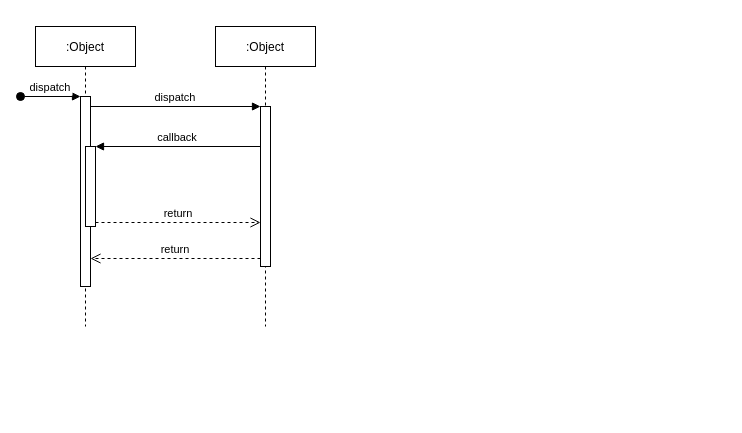
Earlier version of the draw.io diagram design/Untitled Diagram.drawio (thienma1258/dive-in). Source tidied: cells renumbered, new cells numbered last; positions are measured from the earlier drawing's top-left corner, leaving out a move shared by most shapes. Both pictures are drawn from the tidied source at 100%, with x=0, y=0 at pixel (20, 26).
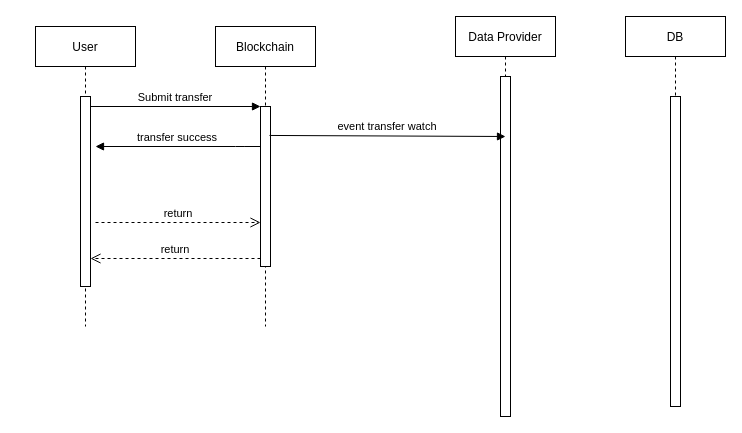
The same page after the edit.

Commit message:
Onchain-sync-owner-nft

The edit, as a diff of the source:
```diff
@@
 <mxGraphModel>
   <root>
     <mxCell id="0" />
     <mxCell id="1" parent="0" />
-    <mxCell id="2" value=":Object" style="shape=umlLifeline;perimeter=lifelinePerimeter;rounded=0;shadow=0;strokeWidth=1;" parent="1" vertex="1">
+    <mxCell id="2" value="User" style="shape=umlLifeline;perimeter=lifelinePerimeter;rounded=0;shadow=0;strokeWidth=1;" parent="1" vertex="1">
       <mxGeometry x="15" width="100" height="300" as="geometry" />
     </mxCell>
     <mxCell id="3" style="points=[];perimeter=orthogonalPerimeter;rounded=0;shadow=0;strokeWidth=1;" parent="2" vertex="1">
       <mxGeometry x="45" y="70" width="10" height="190" as="geometry" />
     </mxCell>
-    <mxCell id="4" value="dispatch" style="verticalAlign=bottom;startArrow=oval;endArrow=block;startSize=8;shadow=0;strokeWidth=1;" parent="2" edge="1" target="3">
-      <mxGeometry relative="1" as="geometry">
-        <mxPoint x="-15" y="70" as="sourcePoint" />
-      </mxGeometry>
-    </mxCell>
-    <mxCell id="5" style="points=[];perimeter=orthogonalPerimeter;rounded=0;shadow=0;strokeWidth=1;" parent="2" vertex="1">
-      <mxGeometry x="50" y="120" width="10" height="80" as="geometry" />
-    </mxCell>
-    <mxCell id="6" value=":Object" style="shape=umlLifeline;perimeter=lifelinePerimeter;rounded=0;shadow=0;strokeWidth=1;" parent="1" vertex="1">
+    <mxCell id="6" value="Blockchain" style="shape=umlLifeline;perimeter=lifelinePerimeter;rounded=0;shadow=0;strokeWidth=1;" parent="1" vertex="1">
       <mxGeometry x="195" width="100" height="300" as="geometry" />
     </mxCell>
     <mxCell id="7" style="points=[];perimeter=orthogonalPerimeter;rounded=0;shadow=0;strokeWidth=1;" parent="6" vertex="1">
       <mxGeometry x="45" y="80" width="10" height="160" as="geometry" />
     </mxCell>
     <mxCell id="8" value="return" style="verticalAlign=bottom;endArrow=open;dashed=1;endSize=8;exitX=0;exitY=0.95;shadow=0;strokeWidth=1;" parent="1" edge="1" source="7" target="3">
       <mxGeometry relative="1" as="geometry" />
     </mxCell>
-    <mxCell id="9" value="dispatch" style="verticalAlign=bottom;endArrow=block;entryX=0;entryY=0;shadow=0;strokeWidth=1;" parent="1" edge="1" source="3" target="7">
+    <mxCell id="9" value="Submit transfer" style="verticalAlign=bottom;endArrow=block;entryX=0;entryY=0;shadow=0;strokeWidth=1;" parent="1" edge="1" source="3" target="7">
       <mxGeometry relative="1" as="geometry" />
     </mxCell>
-    <mxCell id="10" value="callback" style="verticalAlign=bottom;endArrow=block;entryX=1;entryY=0;shadow=0;strokeWidth=1;" parent="1" edge="1" source="7" target="5">
-      <mxGeometry relative="1" as="geometry" />
+    <mxCell id="10" value="transfer success" style="verticalAlign=bottom;endArrow=block;entryX=1;entryY=0;shadow=0;strokeWidth=1;" parent="1" edge="1" source="7">
+      <mxGeometry relative="1" as="geometry">
+        <mxPoint x="75" y="120" as="targetPoint" />
+        <Array as="points">
+          <mxPoint x="225" y="120" />
+        </Array>
+      </mxGeometry>
     </mxCell>
-    <mxCell id="11" value="return" style="verticalAlign=bottom;endArrow=open;dashed=1;endSize=8;exitX=1;exitY=0.95;shadow=0;strokeWidth=1;" parent="1" edge="1" source="5" target="7">
-      <mxGeometry relative="1" as="geometry" />
+    <mxCell id="11" value="return" style="verticalAlign=bottom;endArrow=open;dashed=1;endSize=8;exitX=1;exitY=0.95;shadow=0;strokeWidth=1;" parent="1" edge="1" target="7">
+      <mxGeometry relative="1" as="geometry">
+        <mxPoint x="75" y="196" as="sourcePoint" />
+      </mxGeometry>
     </mxCell>
+    <mxCell id="12" value="Data Provider" style="shape=umlLifeline;perimeter=lifelinePerimeter;rounded=0;shadow=0;strokeWidth=1;" parent="1" vertex="1">
+      <mxGeometry x="435" y="-10" width="100" height="400" as="geometry" />
+    </mxCell>
+    <mxCell id="13" style="perimeter=orthogonalPerimeter;rounded=0;shadow=0;strokeWidth=1;" parent="12" vertex="1">
+      <mxGeometry x="45" y="60" width="10" height="340" as="geometry" />
+    </mxCell>
+    <mxCell id="14" value="event transfer watch" style="verticalAlign=bottom;endArrow=block;shadow=0;strokeWidth=1;exitX=0.9;exitY=0.181;exitDx=0;exitDy=0;exitPerimeter=0;" parent="1" edge="1" source="7">
+      <mxGeometry relative="1" as="geometry">
+        <mxPoint x="485" y="110" as="targetPoint" />
+        <Array as="points">
+          <mxPoint x="485" y="110" />
+        </Array>
+      </mxGeometry>
+    </mxCell>
+    <mxCell id="15" value="DB" style="shape=umlLifeline;perimeter=lifelinePerimeter;rounded=0;shadow=0;strokeWidth=1;" parent="1" vertex="1">
+      <mxGeometry x="605" y="-10" width="100" height="390" as="geometry" />
+    </mxCell>
+    <mxCell id="16" style="perimeter=orthogonalPerimeter;rounded=0;shadow=0;strokeWidth=1;" parent="15" vertex="1">
+      <mxGeometry x="45" y="80" width="10" height="310" as="geometry" />
+    </mxCell>
   </root>
 </mxGraphModel>
```
